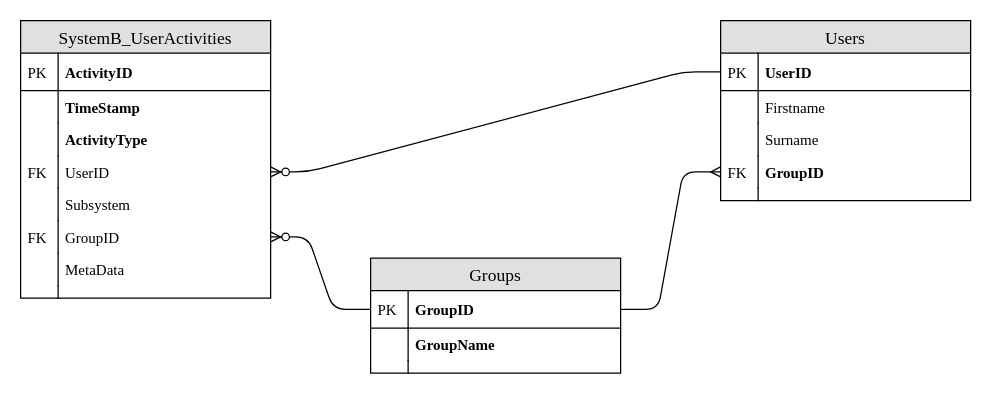
CorrieScheepers/Masters keeps this draw.io diagram as img/Chapter2/SystemB_ERD_Basic/SystemB_ERD_Basic.drawio. Above is the earlier version. Source tidied: cells renumbered, new cells numbered last; positions are measured from the earlier drawing's top-left corner, leaving out a move shared by most shapes. Both pictures are drawn from the tidied source at 125%, with x=0, y=0 at pixel (20, 20).
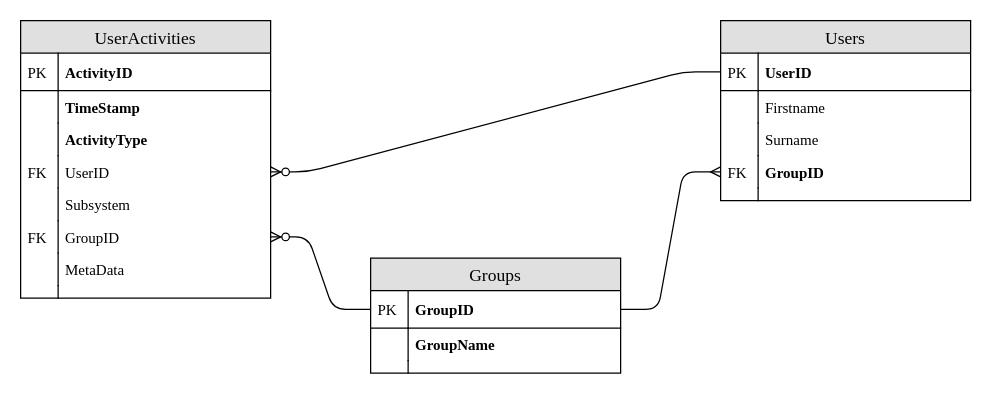
The same diagram, later.

The edit, as a diff of the source:
```diff
@@
-    <mxCell id="13" value="SystemB_UserActivities" style="swimlane;fontStyle=0;horizontal=1;startSize=26;fillColor=#e0e0e0;swimlaneFillColor=#ffffff;align=center;fontSize=14;fontFamily=Times New Roman;" parent="1" vertex="1">
+    <mxCell id="13" value="UserActivities" style="swimlane;fontStyle=0;horizontal=1;startSize=26;fillColor=#e0e0e0;swimlaneFillColor=#ffffff;align=center;fontSize=14;fontFamily=Times New Roman;" parent="1" vertex="1">
       <mxGeometry width="200" height="222" as="geometry" />
     </mxCell>
```
